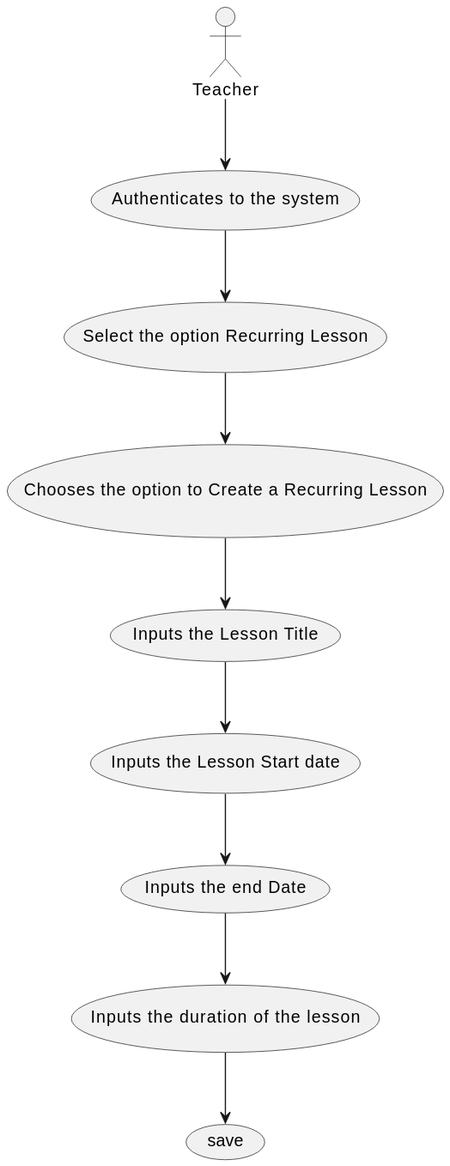
Earlier version of the PlantUML export docs/SPRINT B/US1010 - Schedule Class/US1010-UCD.svg (mascenso/isep-sem4-lapr4). The source it was exported from:
```plantuml
@startuml




actor Teacher
    Teacher -down-> (Authenticates to the system)
    (Authenticates to the system) --> (Select the option Recurring Lesson)
    (Select the option Recurring Lesson) --> (Chooses the option to Create a Recurring Lesson)
    (Chooses the option to Create a Recurring Lesson) --> (Inputs the Lesson Title)
    (Inputs the Lesson Title) --> (Inputs the Lesson Start date)
    (Inputs the Lesson Start date) --> (Inputs the end Date)
    (Inputs the end Date) --> (Inputs the duration of the lesson)
    (Inputs the duration of the lesson) --> (save)
@enduml
```
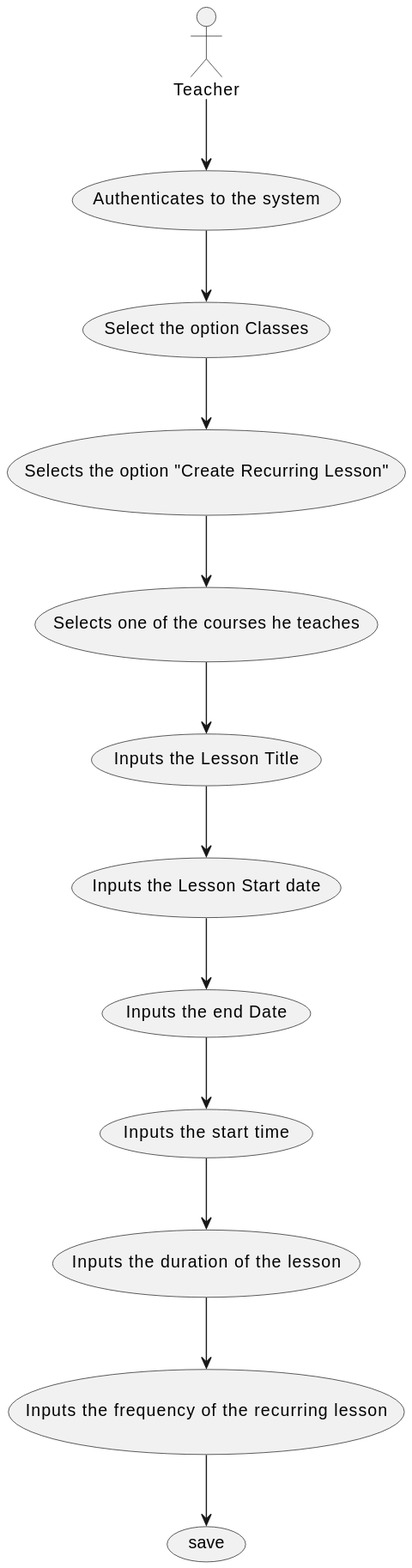
The same file after the commit.

Diff of the diagram source:
```diff
@@ -5,11 +5,14 @@
 
 actor Teacher
     Teacher -down-> (Authenticates to the system)
-    (Authenticates to the system) --> (Select the option Recurring Lesson)
-    (Select the option Recurring Lesson) --> (Chooses the option to Create a Recurring Lesson)
-    (Chooses the option to Create a Recurring Lesson) --> (Inputs the Lesson Title)
+    (Authenticates to the system) --> (Select the option Classes)
+    (Select the option Classes) --> (Selects the option "Create Recurring Lesson")
+    (Selects the option "Create Recurring Lesson") --> (Selects one of the courses he teaches)
+    (Selects one of the courses he teaches) --> (Inputs the Lesson Title)
     (Inputs the Lesson Title) --> (Inputs the Lesson Start date)
     (Inputs the Lesson Start date) --> (Inputs the end Date)
-    (Inputs the end Date) --> (Inputs the duration of the lesson)
-    (Inputs the duration of the lesson) --> (save)
+    (Inputs the end Date) --> (Inputs the start time)
+    (Inputs the start time) --> (Inputs the duration of the lesson)
+    (Inputs the duration of the lesson) --> (Inputs the frequency of the recurring lesson)
+    (Inputs the frequency of the recurring lesson) --> (save)
 @enduml
```
